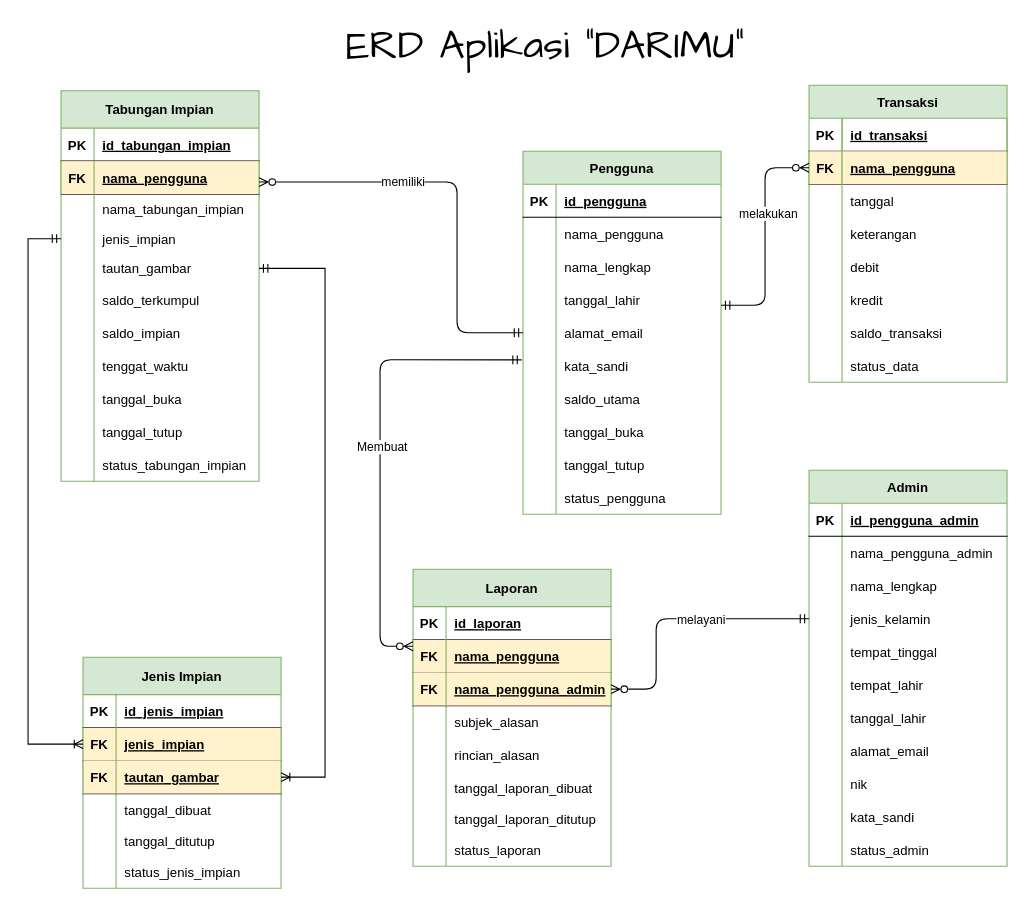
Before: Database/ERD_Darimu.drawio in ammarsufyan/Darimu, a draw.io diagram. Source tidied: cells renumbered, new cells numbered last; positions are measured from the earlier drawing's top-left corner, leaving out a move shared by most shapes. Both pictures are drawn from the tidied source at 110%, with x=0, y=0 at pixel (28, 30).
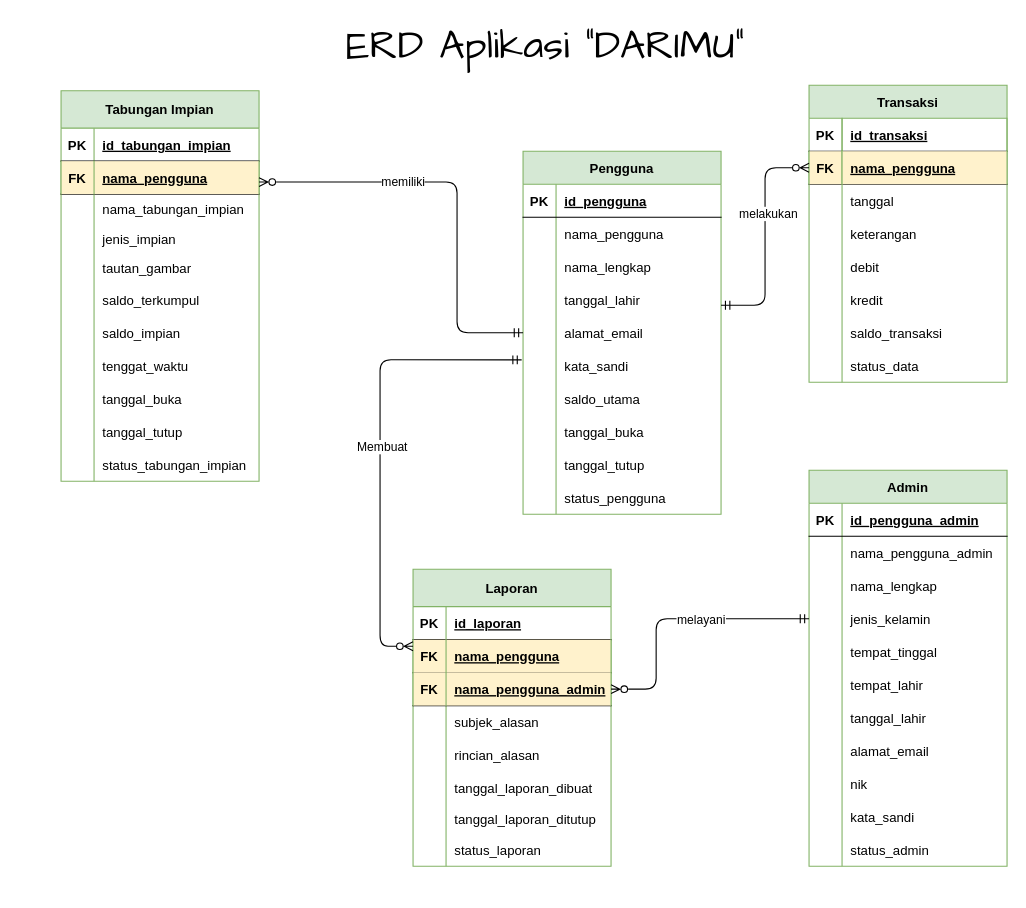
The same page after the edit.

The change refers to these unchanged cells:
```xml
<mxCell id="68" style="shape=partialRectangle;fillColor=none;top=0;left=0;bottom=0;right=0;points=[[0,0.5],[1,0.5]];portConstraint=eastwest;" parent="58" vertex="1">
  <mxGeometry y="121" width="180" height="27" as="geometry" />
</mxCell>
<mxCell id="71" style="shape=partialRectangle;fillColor=none;top=0;left=0;bottom=0;right=0;points=[[0,0.5],[1,0.5]];portConstraint=eastwest;" parent="58" vertex="1">
  <mxGeometry y="148" width="180" height="27" as="geometry" />
</mxCell>
```

Diff of the diagram source:
```diff
@@
-    <mxCell id="159" value="Jenis Impian" style="shape=table;startSize=34;childLayout=tableLayout;rowLines=0;fontStyle=1;align=center;fillColor=#d5e8d4;strokeColor=#82b366;" parent="1" vertex="1">
-      <mxGeometry x="50" y="570" width="180" height="210" as="geometry" />
-    </mxCell>
-    <mxCell id="160" style="shape=partialRectangle;fillColor=none;top=0;left=0;bottom=1;right=0;" parent="159" vertex="1">
-      <mxGeometry y="34" width="180" height="30" as="geometry" />
-    </mxCell>
-    <mxCell id="161" value="PK" style="shape=partialRectangle;fillColor=none;top=0;left=0;bottom=0;right=0;fontStyle=1;overflow=hidden;" parent="160" vertex="1">
-      <mxGeometry width="30" height="30" as="geometry" />
-    </mxCell>
-    <mxCell id="162" value="id_jenis_impian" style="shape=partialRectangle;fillColor=none;top=0;left=0;bottom=0;right=0;align=left;spacingLeft=6;fontStyle=5;overflow=hidden;" parent="160" vertex="1">
-      <mxGeometry x="30" width="150" height="30" as="geometry" />
-    </mxCell>
-    <mxCell id="163" style="shape=partialRectangle;fillColor=none;top=0;left=0;bottom=1;right=0;points=[[0,0.5],[1,0.5]];portConstraint=eastwest;" parent="159" vertex="1">
-      <mxGeometry y="64" width="180" height="30" as="geometry" />
-    </mxCell>
-    <mxCell id="164" value="FK" style="shape=partialRectangle;fillColor=#fff2cc;top=0;left=1;bottom=0;right=0;fontStyle=1;overflow=hidden;strokeColor=#82B366;" parent="163" vertex="1">
-      <mxGeometry width="30" height="30" as="geometry" />
-    </mxCell>
-    <mxCell id="165" value="jenis_impian" style="shape=partialRectangle;fillColor=#fff2cc;top=0;left=1;bottom=0;right=1;align=left;spacingLeft=6;fontStyle=5;overflow=hidden;strokeColor=#82B366;" parent="163" vertex="1">
-      <mxGeometry x="30" width="150" height="30" as="geometry" />
-    </mxCell>
-    <mxCell id="166" style="shape=partialRectangle;fillColor=none;top=0;left=0;bottom=1;right=0;points=[[0,0.5],[1,0.5]];portConstraint=eastwest;" parent="159" vertex="1">
-      <mxGeometry y="94" width="180" height="30" as="geometry" />
-    </mxCell>
-    <mxCell id="167" value="FK" style="shape=partialRectangle;fillColor=#fff2cc;top=0;left=1;bottom=0;right=0;fontStyle=1;overflow=hidden;strokeColor=#82B366;" parent="166" vertex="1">
-      <mxGeometry width="30" height="30" as="geometry" />
-    </mxCell>
-    <mxCell id="168" value="tautan_gambar" style="shape=partialRectangle;fillColor=#fff2cc;top=0;left=1;bottom=0;right=1;align=left;spacingLeft=6;fontStyle=5;overflow=hidden;strokeColor=#82B366;" parent="166" vertex="1">
-      <mxGeometry x="30" width="150" height="30" as="geometry" />
-    </mxCell>
-    <mxCell id="169" style="shape=partialRectangle;fillColor=none;top=0;left=0;bottom=0;right=0;" parent="159" vertex="1">
-      <mxGeometry y="124" width="180" height="30" as="geometry" />
-    </mxCell>
-    <mxCell id="170" style="shape=partialRectangle;fillColor=none;top=0;left=0;bottom=0;right=0;overflow=hidden;" parent="169" vertex="1">
-      <mxGeometry width="30" height="30" as="geometry" />
-    </mxCell>
-    <mxCell id="171" value="tanggal_dibuat" style="shape=partialRectangle;fillColor=none;top=0;left=0;bottom=0;right=0;align=left;spacingLeft=6;overflow=hidden;" parent="169" vertex="1">
-      <mxGeometry x="30" width="150" height="30" as="geometry" />
-    </mxCell>
-    <mxCell id="172" style="shape=partialRectangle;fillColor=none;top=0;left=0;bottom=0;right=0;" parent="159" vertex="1">
-      <mxGeometry y="154" width="180" height="26" as="geometry" />
-    </mxCell>
-    <mxCell id="173" style="shape=partialRectangle;fillColor=none;top=0;left=0;bottom=0;right=0;overflow=hidden;" parent="172" vertex="1">
-      <mxGeometry width="30" height="26" as="geometry" />
-    </mxCell>
-    <mxCell id="174" value="tanggal_ditutup" style="shape=partialRectangle;fillColor=none;top=0;left=0;bottom=0;right=0;align=left;spacingLeft=6;overflow=hidden;" parent="172" vertex="1">
-      <mxGeometry x="30" width="150" height="26" as="geometry" />
-    </mxCell>
-    <mxCell id="175" style="shape=partialRectangle;fillColor=none;top=0;left=0;bottom=0;right=0;" parent="159" vertex="1">
-      <mxGeometry y="180" width="180" height="30" as="geometry" />
-    </mxCell>
-    <mxCell id="176" style="shape=partialRectangle;fillColor=none;top=0;left=0;bottom=0;right=0;overflow=hidden;" parent="175" vertex="1">
-      <mxGeometry width="30" height="30" as="geometry" />
-    </mxCell>
-    <mxCell id="177" value="status_jenis_impian" style="shape=partialRectangle;fillColor=none;top=0;left=0;bottom=0;right=0;align=left;spacingLeft=6;overflow=hidden;" parent="175" vertex="1">
-      <mxGeometry x="30" width="150" height="30" as="geometry" />
-    </mxCell>
-    <mxCell id="178" style="edgeStyle=orthogonalEdgeStyle;rounded=0;jettySize=auto;html=1;endArrow=ERoneToMany;endFill=0;startArrow=ERmandOne;startFill=0;" parent="1" edge="1" source="68" target="163">
-      <mxGeometry relative="1" as="geometry">
-        <Array as="points">
-          <mxPoint y="189" />
-          <mxPoint y="649" />
-        </Array>
-      </mxGeometry>
-    </mxCell>
-    <mxCell id="179" style="edgeStyle=orthogonalEdgeStyle;rounded=0;jettySize=auto;html=1;entryX=1;entryY=0.5;entryDx=0;entryDy=0;endArrow=ERoneToMany;endFill=0;startArrow=ERmandOne;startFill=0;" parent="1" edge="1" source="71" target="166">
-      <mxGeometry relative="1" as="geometry">
-        <Array as="points">
-          <mxPoint x="270" y="217" />
-          <mxPoint x="270" y="679" />
-        </Array>
-      </mxGeometry>
-    </mxCell>
```
